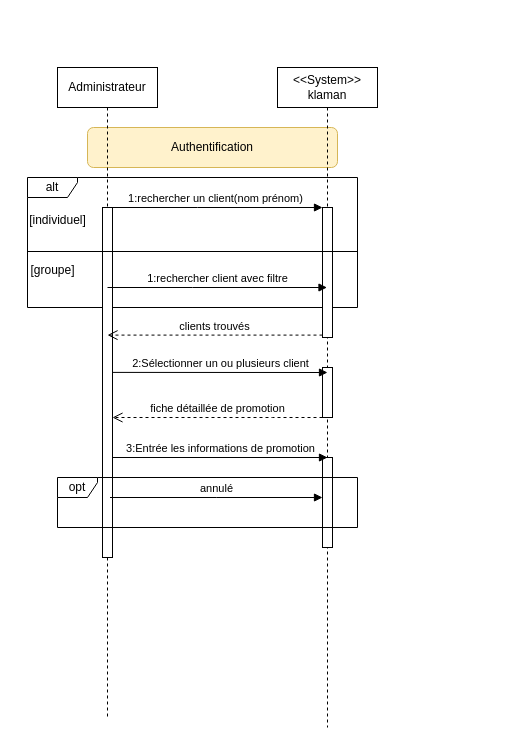
This is Diagramme sans nom.drawio from kbvac/Diagramme-UML, a draw.io file, before an edit. Source tidied: cells renumbered, new cells numbered last; positions are measured from the earlier drawing's top-left corner, leaving out a move shared by most shapes. Both pictures are drawn from the tidied source at 100%, with x=0, y=0 at pixel (17, 67).
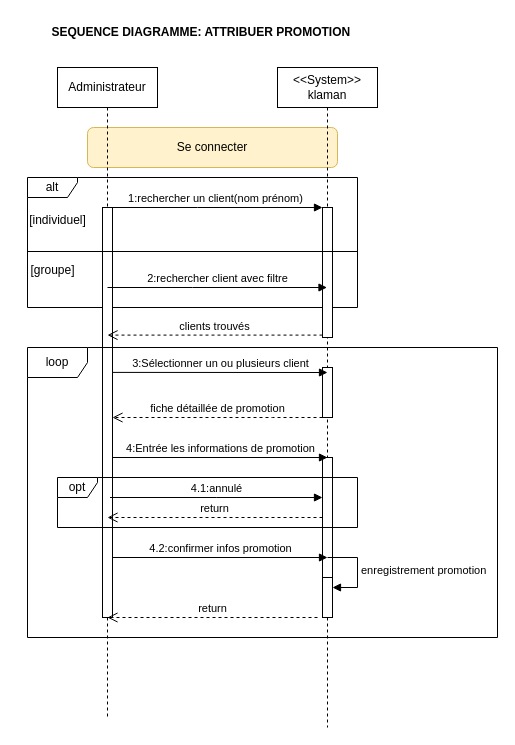
The same diagram, later.

Commit message (it also covers changes not shown here):
Mettre à jour Diagramme sans nom.drawio

The change refers to these unchanged cells:
```xml
<mxCell id="4" value="Administrateur" style="shape=umlLifeline;perimeter=lifelinePerimeter;whiteSpace=wrap;html=1;outlineConnect=0;portConstraint=eastwest;newEdgeStyle={&quot;edgeStyle&quot;:&quot;elbowEdgeStyle&quot;,&quot;elbow&quot;:&quot;vertical&quot;,&quot;curved&quot;:0,&quot;rounded&quot;:0};" parent="1" vertex="1">
  <mxGeometry x="40" width="100" height="650" as="geometry" />
</mxCell>
<mxCell id="6" value="&amp;lt;&amp;lt;System&amp;gt;&amp;gt;&lt;br&gt;klaman" style="shape=umlLifeline;perimeter=lifelinePerimeter;whiteSpace=wrap;html=1;outlineConnect=0;portConstraint=eastwest;newEdgeStyle={&quot;edgeStyle&quot;:&quot;elbowEdgeStyle&quot;,&quot;elbow&quot;:&quot;vertical&quot;,&quot;curved&quot;:0,&quot;rounded&quot;:0};" parent="1" vertex="1">
  <mxGeometry x="260" width="100" height="660" as="geometry" />
</mxCell>
```

Change to the diagram source:
```diff
@@
-    <mxCell id="3" value="Authentification" style="rounded=1;dashed=0;whiteSpace=wrap;html=1;fillColor=#fff2cc;strokeColor=#d6b656;" parent="1" vertex="1">
+    <mxCell id="3" value="Se connecter" style="rounded=1;dashed=0;whiteSpace=wrap;html=1;fillColor=#fff2cc;strokeColor=#d6b656;" parent="1" vertex="1">
       <mxGeometry x="70" y="60" width="250" height="40" as="geometry" />
     </mxCell>
@@
     <mxCell id="5" style="html=1;points=[];perimeter=orthogonalPerimeter;outlineConnect=0;targetShapes=umlLifeline;portConstraint=eastwest;newEdgeStyle={&quot;edgeStyle&quot;:&quot;elbowEdgeStyle&quot;,&quot;elbow&quot;:&quot;vertical&quot;,&quot;curved&quot;:0,&quot;rounded&quot;:0};" parent="4" vertex="1">
-      <mxGeometry x="45" y="140" width="10" height="350" as="geometry" />
+      <mxGeometry x="45" y="140" width="10" height="410" as="geometry" />
     </mxCell>
@@
     <mxCell id="9" style="html=1;points=[];perimeter=orthogonalPerimeter;outlineConnect=0;targetShapes=umlLifeline;portConstraint=eastwest;newEdgeStyle={&quot;edgeStyle&quot;:&quot;elbowEdgeStyle&quot;,&quot;elbow&quot;:&quot;vertical&quot;,&quot;curved&quot;:0,&quot;rounded&quot;:0};" parent="6" vertex="1">
-      <mxGeometry x="45" y="390" width="10" height="90" as="geometry" />
+      <mxGeometry x="45" y="390" width="10" height="160" as="geometry" />
     </mxCell>
+    <mxCell id="21" style="html=1;points=[];perimeter=orthogonalPerimeter;outlineConnect=0;targetShapes=umlLifeline;portConstraint=eastwest;newEdgeStyle={&quot;edgeStyle&quot;:&quot;elbowEdgeStyle&quot;,&quot;elbow&quot;:&quot;vertical&quot;,&quot;curved&quot;:0,&quot;rounded&quot;:0};" parent="6" vertex="1">
+      <mxGeometry x="45" y="510" width="10" height="40" as="geometry" />
+    </mxCell>
+    <mxCell id="22" value="enregistrement promotion" style="html=1;align=left;spacingLeft=2;endArrow=block;rounded=0;edgeStyle=orthogonalEdgeStyle;curved=0;rounded=0;" parent="6" edge="1" target="21">
+      <mxGeometry relative="1" as="geometry">
+        <mxPoint x="50" y="490" as="sourcePoint" />
+        <Array as="points">
+          <mxPoint x="80" y="520" />
+        </Array>
+      </mxGeometry>
+    </mxCell>
@@
-    <mxCell id="12" value="2:Sélectionner un ou plusieurs client" style="html=1;verticalAlign=bottom;endArrow=block;edgeStyle=elbowEdgeStyle;elbow=vertical;curved=0;rounded=0;" parent="1" edge="1">
+    <mxCell id="12" value="3:Sélectionner un ou plusieurs client" style="html=1;verticalAlign=bottom;endArrow=block;edgeStyle=elbowEdgeStyle;elbow=vertical;curved=0;rounded=0;" parent="1" edge="1">
       <mxGeometry relative="1" as="geometry">
         <mxPoint x="95" y="304.9" as="sourcePoint" />
         <mxPoint x="310" y="305" as="targetPoint" />
       </mxGeometry>
     </mxCell>
@@
-    <mxCell id="14" value="3:Entrée les informations de promotion" style="html=1;verticalAlign=bottom;endArrow=block;edgeStyle=elbowEdgeStyle;elbow=vertical;curved=0;rounded=0;" parent="1" edge="1" source="5">
+    <mxCell id="14" value="4:Entrée les informations de promotion" style="html=1;verticalAlign=bottom;endArrow=block;edgeStyle=elbowEdgeStyle;elbow=vertical;curved=0;rounded=0;" parent="1" edge="1" source="5">
       <mxGeometry relative="1" as="geometry">
         <mxPoint x="310" y="390.3" as="targetPoint" />
         <Array as="points">
           <mxPoint x="105" y="390" />
         </Array>
       </mxGeometry>
     </mxCell>
@@
-    <mxCell id="16" value="1:rechercher client avec filtre" style="html=1;verticalAlign=bottom;endArrow=block;edgeStyle=elbowEdgeStyle;elbow=vertical;curved=0;rounded=0;" parent="1" edge="1" target="6">
+    <mxCell id="16" value="2:rechercher client avec filtre" style="html=1;verticalAlign=bottom;endArrow=block;edgeStyle=elbowEdgeStyle;elbow=vertical;curved=0;rounded=0;" parent="1" edge="1" target="6">
       <mxGeometry relative="1" as="geometry">
         <mxPoint x="90" y="220" as="sourcePoint" />
       </mxGeometry>
     </mxCell>
@@
-    <mxCell id="20" value="annulé" style="html=1;verticalAlign=bottom;endArrow=block;edgeStyle=elbowEdgeStyle;elbow=vertical;curved=0;rounded=0;" parent="1" edge="1" target="9">
+    <mxCell id="20" value="4.1:annulé" style="html=1;verticalAlign=bottom;endArrow=block;edgeStyle=elbowEdgeStyle;elbow=vertical;curved=0;rounded=0;" parent="1" edge="1" target="9">
       <mxGeometry relative="1" as="geometry">
         <mxPoint x="92.5" y="430" as="sourcePoint" />
       </mxGeometry>
     </mxCell>
+    <mxCell id="23" value="loop" style="shape=umlFrame;whiteSpace=wrap;html=1;" parent="1" vertex="1">
+      <mxGeometry x="10" y="280" width="470" height="290" as="geometry" />
+    </mxCell>
+    <mxCell id="24" value="4.2:confirmer infos promotion" style="html=1;verticalAlign=bottom;endArrow=block;edgeStyle=elbowEdgeStyle;elbow=vertical;curved=0;rounded=0;" parent="1" edge="1">
+      <mxGeometry relative="1" as="geometry">
+        <mxPoint x="95" y="490" as="sourcePoint" />
+        <mxPoint x="310" y="490" as="targetPoint" />
+      </mxGeometry>
+    </mxCell>
+    <mxCell id="25" value="return" style="html=1;verticalAlign=bottom;endArrow=open;dashed=1;endSize=8;edgeStyle=elbowEdgeStyle;elbow=vertical;curved=0;rounded=0;" parent="1" edge="1" source="9">
+      <mxGeometry relative="1" as="geometry">
+        <mxPoint x="90" y="450" as="targetPoint" />
+      </mxGeometry>
+    </mxCell>
+    <mxCell id="26" value="return" style="html=1;verticalAlign=bottom;endArrow=open;dashed=1;endSize=8;edgeStyle=elbowEdgeStyle;elbow=vertical;curved=0;rounded=0;" parent="1" edge="1">
+      <mxGeometry relative="1" as="geometry">
+        <mxPoint x="300" y="550" as="sourcePoint" />
+        <mxPoint x="90" y="550" as="targetPoint" />
+      </mxGeometry>
+    </mxCell>
+    <mxCell id="27" value="&lt;b&gt;SEQUENCE DIAGRAMME: ATTRIBUER PROMOTION&amp;nbsp;&lt;/b&gt;" style="text;html=1;align=center;verticalAlign=middle;strokeColor=none;fillColor=none;" parent="1" vertex="1">
+      <mxGeometry x="20" y="-50" width="330" height="30" as="geometry" />
+    </mxCell>
```
